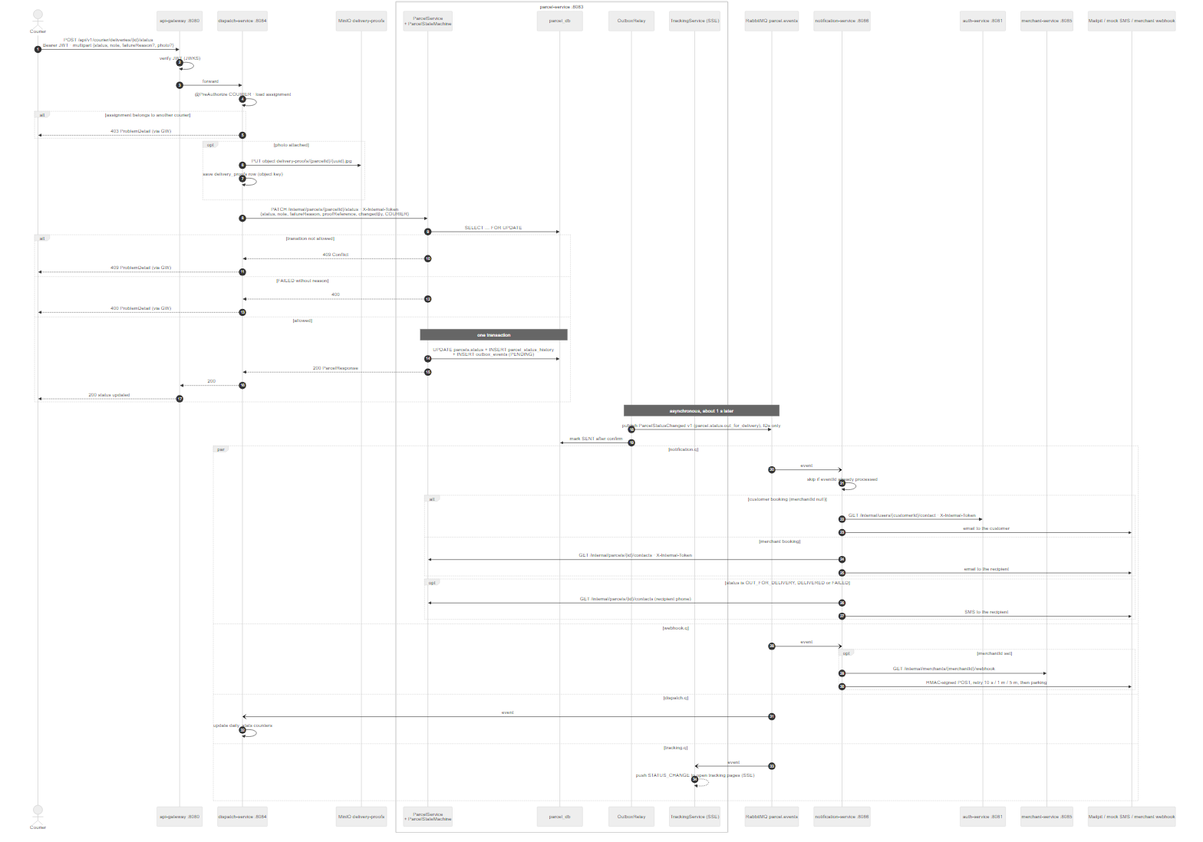
Sachintha-dilshan49/SwiftDrop keeps this Mermaid diagram as docs/diagrams/sequence/seq-courier-status-notification.png. Above is the earlier version. Its source is kept beside it as docs/diagrams/sequence/seq-courier-status-notification.mmd. Source of this version:
```mermaid
sequenceDiagram
    autonumber
    actor Courier
    participant GW as api-gateway :8080
    participant DS as dispatch-service :8084
    participant S3 as MinIO delivery-proofs
    box parcel-service :8083
    participant PS as ParcelService<br/>+ ParcelStateMachine
    participant PDB as parcel_db
    participant Relay as OutboxRelay
    participant TS as TrackingService (SSE)
    end
    participant MQ as RabbitMQ parcel.events
    participant NS as notification-service :8086
    participant AUTH as auth-service :8081
    participant MS as merchant-service :8085
    participant OUT as Mailpit / mock SMS / merchant webhook

    Courier->>GW: POST /api/v1/courier/deliveries/{id}/status<br/>Bearer JWT · multipart {status, note, failureReason?, photo?}
    GW->>GW: verify JWT (JWKS)
    GW->>DS: forward
    DS->>DS: @PreAuthorize COURIER · load assignment
    alt assignment belongs to another courier
        DS-->>Courier: 403 ProblemDetail (via GW)
    end
    opt photo attached
        DS->>S3: PUT object delivery-proofs/{parcelId}/{uuid}.jpg
        DS->>DS: save delivery_proofs row (object key)
    end
    DS->>PS: PATCH /internal/parcels/{parcelId}/status · X-Internal-Token<br/>{status, note, failureReason, proofReference, changedBy, COURIER}
    PS->>PDB: SELECT … FOR UPDATE
    alt transition not allowed
        PS-->>DS: 409 Conflict
        DS-->>Courier: 409 ProblemDetail (via GW)
    else FAILED without reason
        PS-->>DS: 400
        DS-->>Courier: 400 ProblemDetail (via GW)
    else allowed
        Note over PS,PDB: one transaction
        PS->>PDB: UPDATE parcels.status + INSERT parcel_status_history<br/>+ INSERT outbox_events (PENDING)
        PS-->>DS: 200 ParcelResponse
        DS-->>GW: 200
        GW-->>Courier: 200 status updated
    end

    Note over Relay,MQ: asynchronous, about 1 s later
    Relay->>MQ: publish ParcelStatusChanged v1 (parcel.status.out_for_delivery), IDs only
    Relay->>PDB: mark SENT after confirm

    par notification.q
        MQ-)NS: event
        NS->>NS: skip if eventId already processed
        alt customer booking (merchantId null)
            NS->>AUTH: GET /internal/users/{customerId}/contact · X-Internal-Token
            NS->>OUT: email to the customer
        else merchant booking
            NS->>PS: GET /internal/parcels/{id}/contacts · X-Internal-Token
            NS->>OUT: email to the recipient
        end
        opt status is OUT_FOR_DELIVERY, DELIVERED or FAILED
            NS->>PS: GET /internal/parcels/{id}/contacts (recipient phone)
            NS->>OUT: SMS to the recipient
        end
    and webhook.q
        MQ-)NS: event
        opt merchantId set
            NS->>MS: GET /internal/merchants/{merchantId}/webhook
            NS->>OUT: HMAC-signed POST, retry 10 s / 1 m / 5 m, then parking
        end
    and dispatch.q
        MQ-)DS: event
        DS->>DS: update daily_stats counters
    and tracking.q
        MQ-)TS: event
        TS-->>TS: push STATUS_CHANGE to open tracking pages (SSE)
    end
```
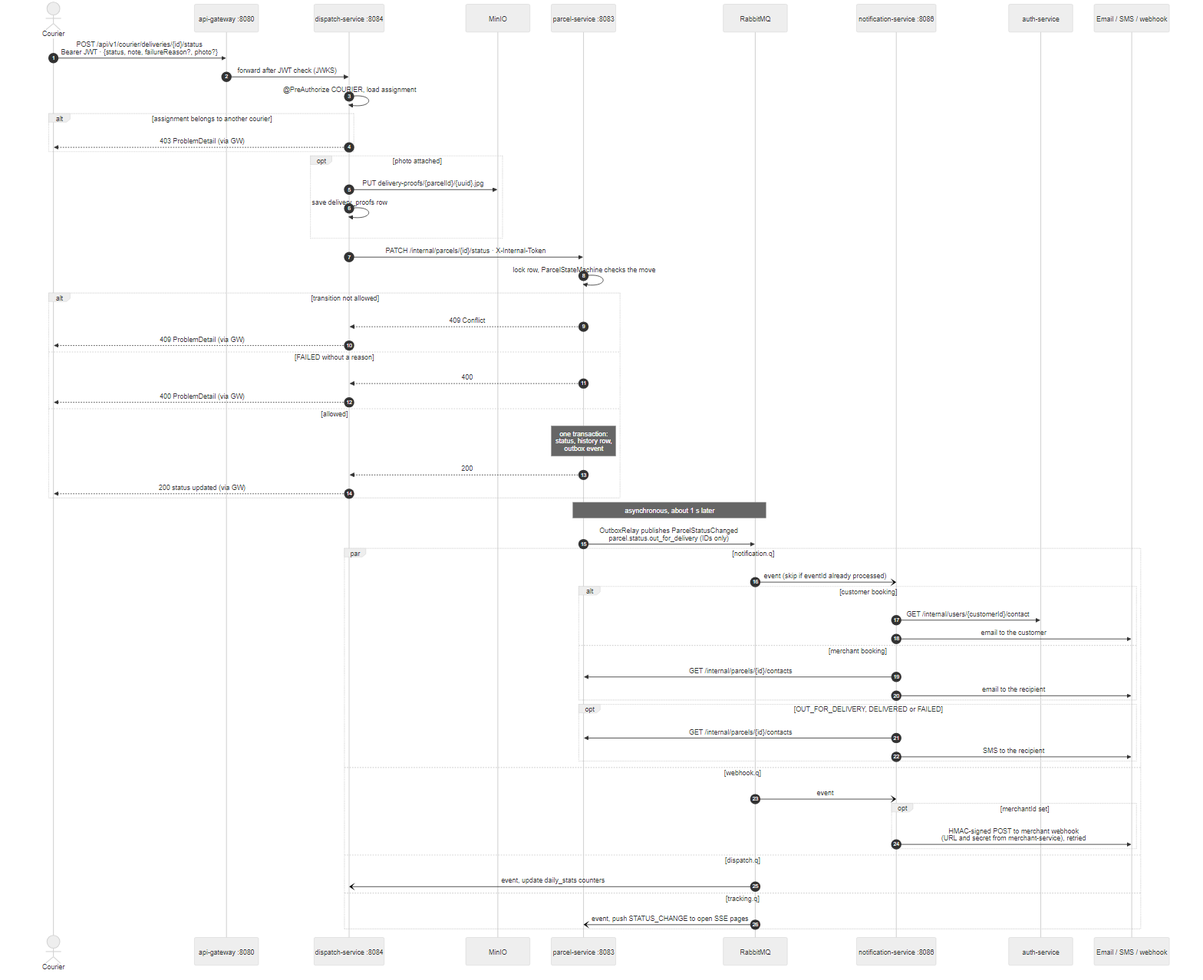
After the commit.

Commit message:
docs(diagrams): fix layout of diagrams after a visual check

What changed in the source:
```diff
@@ -3,74 +3,60 @@
     actor Courier
     participant GW as api-gateway :8080
     participant DS as dispatch-service :8084
-    participant S3 as MinIO delivery-proofs
-    box parcel-service :8083
-    participant PS as ParcelService<br/>+ ParcelStateMachine
-    participant PDB as parcel_db
-    participant Relay as OutboxRelay
-    participant TS as TrackingService (SSE)
-    end
-    participant MQ as RabbitMQ parcel.events
+    participant S3 as MinIO
+    participant PS as parcel-service :8083
+    participant MQ as RabbitMQ
     participant NS as notification-service :8086
-    participant AUTH as auth-service :8081
-    participant MS as merchant-service :8085
-    participant OUT as Mailpit / mock SMS / merchant webhook
+    participant AUTH as auth-service
+    participant OUT as Email / SMS / webhook
 
-    Courier->>GW: POST /api/v1/courier/deliveries/{id}/status<br/>Bearer JWT · multipart {status, note, failureReason?, photo?}
-    GW->>GW: verify JWT (JWKS)
-    GW->>DS: forward
-    DS->>DS: @PreAuthorize COURIER · load assignment
+    Courier->>GW: POST /api/v1/courier/deliveries/{id}/status<br/>Bearer JWT · {status, note, failureReason?, photo?}
+    GW->>DS: forward after JWT check (JWKS)
+    DS->>DS: @PreAuthorize COURIER, load assignment
     alt assignment belongs to another courier
         DS-->>Courier: 403 ProblemDetail (via GW)
     end
     opt photo attached
-        DS->>S3: PUT object delivery-proofs/{parcelId}/{uuid}.jpg
-        DS->>DS: save delivery_proofs row (object key)
+        DS->>S3: PUT delivery-proofs/{parcelId}/{uuid}.jpg
+        DS->>DS: save delivery_proofs row
     end
-    DS->>PS: PATCH /internal/parcels/{parcelId}/status · X-Internal-Token<br/>{status, note, failureReason, proofReference, changedBy, COURIER}
-    PS->>PDB: SELECT … FOR UPDATE
+    DS->>PS: PATCH /internal/parcels/{id}/status · X-Internal-Token
+    PS->>PS: lock row, ParcelStateMachine checks the move
     alt transition not allowed
         PS-->>DS: 409 Conflict
         DS-->>Courier: 409 ProblemDetail (via GW)
-    else FAILED without reason
+    else FAILED without a reason
         PS-->>DS: 400
         DS-->>Courier: 400 ProblemDetail (via GW)
     else allowed
-        Note over PS,PDB: one transaction
-        PS->>PDB: UPDATE parcels.status + INSERT parcel_status_history<br/>+ INSERT outbox_events (PENDING)
-        PS-->>DS: 200 ParcelResponse
-        DS-->>GW: 200
-        GW-->>Courier: 200 status updated
+        Note over PS: one transaction:<br/>status, history row,<br/>outbox event
+        PS-->>DS: 200
+        DS-->>Courier: 200 status updated (via GW)
     end
 
-    Note over Relay,MQ: asynchronous, about 1 s later
-    Relay->>MQ: publish ParcelStatusChanged v1 (parcel.status.out_for_delivery), IDs only
-    Relay->>PDB: mark SENT after confirm
+    Note over PS,MQ: asynchronous, about 1 s later
+    PS->>MQ: OutboxRelay publishes ParcelStatusChanged<br/>parcel.status.out_for_delivery (IDs only)
 
     par notification.q
-        MQ-)NS: event
-        NS->>NS: skip if eventId already processed
-        alt customer booking (merchantId null)
-            NS->>AUTH: GET /internal/users/{customerId}/contact · X-Internal-Token
+        MQ-)NS: event (skip if eventId already processed)
+        alt customer booking
+            NS->>AUTH: GET /internal/users/{customerId}/contact
             NS->>OUT: email to the customer
         else merchant booking
-            NS->>PS: GET /internal/parcels/{id}/contacts · X-Internal-Token
+            NS->>PS: GET /internal/parcels/{id}/contacts
             NS->>OUT: email to the recipient
         end
-        opt status is OUT_FOR_DELIVERY, DELIVERED or FAILED
-            NS->>PS: GET /internal/parcels/{id}/contacts (recipient phone)
+        opt OUT_FOR_DELIVERY, DELIVERED or FAILED
+            NS->>PS: GET /internal/parcels/{id}/contacts
             NS->>OUT: SMS to the recipient
         end
     and webhook.q
         MQ-)NS: event
         opt merchantId set
-            NS->>MS: GET /internal/merchants/{merchantId}/webhook
-            NS->>OUT: HMAC-signed POST, retry 10 s / 1 m / 5 m, then parking
+            NS->>OUT: HMAC-signed POST to merchant webhook<br/>(URL and secret from merchant-service), retried
         end
     and dispatch.q
-        MQ-)DS: event
-        DS->>DS: update daily_stats counters
+        MQ-)DS: event, update daily_stats counters
     and tracking.q
-        MQ-)TS: event
-        TS-->>TS: push STATUS_CHANGE to open tracking pages (SSE)
+        MQ-)PS: event, push STATUS_CHANGE to open SSE pages
     end
```
